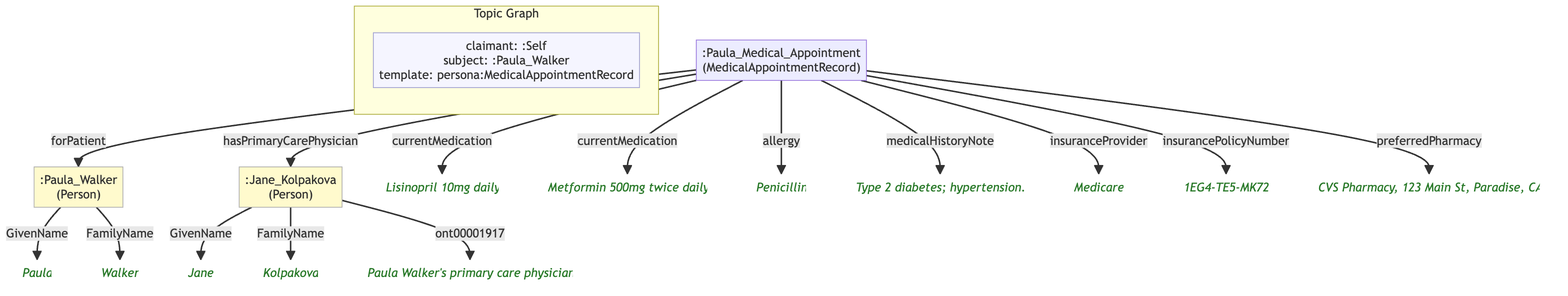
MeeFoundation/mia-ontologies keeps this Mermaid diagram as example/graphs/images/graph-26.png. Above is the earlier version. Its source is kept beside it as example/graphs/images/graph-26.mmd. Its diagram source:
```mermaid
flowchart TD
    classDef person fill:#fffacd,stroke:#aaa,color:#333
    classDef grp    fill:#d4edda,stroke:#aaa,color:#333
    classDef org    fill:#cce5ff,stroke:#aaa,color:#333
    classDef lit    fill:none,stroke:none,font-style:italic,color:#2a7a2a
    classDef meta   fill:#f5f5ff,stroke:#9999cc,color:#333

    subgraph ctx["Topic Graph"]
        direction LR
        ctx_meta["claimant: :Self\nsubject: :Paula_Walker\ntemplate: persona:MedicalAppointmentRecord"]:::meta
    end

    nb56a5989f29e[":Jane_Kolpakova\n(Person)"]:::person
    n95cfbaca1339("Jane"):::lit
    n1b3779ccfa03("Kolpakova"):::lit
    nf659c998053a("Paula Walker's primary care physician"):::lit
    n9c0041903ee1[":Paula_Medical_Appointment\n(MedicalAppointmentRecord)"]
    nf4296ab13de4[":Paula_Walker\n(Person)"]:::person
    nd3d68245abd1("Lisinopril 10mg daily"):::lit
    n75726e1c0322("Metformin 500mg twice daily"):::lit
    n7461808b07a8("Penicillin"):::lit
    n798c153b9d63("Type 2 diabetes; hypertension."):::lit
    nb048c127c644("Medicare"):::lit
    nd767c2e2c89d("1EG4-TE5-MK72"):::lit
    nfb1be0ec8e6d("CVS Pharmacy, 123 Main St, Paradise, CA"):::lit
    nb37f2c863cca("Paula"):::lit
    nd093b177ee22("Walker"):::lit

    nb56a5989f29e -->|"GivenName"| n95cfbaca1339
    nb56a5989f29e -->|"FamilyName"| n1b3779ccfa03
    nb56a5989f29e -->|"ont00001917"| nf659c998053a
    n9c0041903ee1 -->|"forPatient"| nf4296ab13de4
    n9c0041903ee1 -->|"hasPrimaryCarePhysician"| nb56a5989f29e
    n9c0041903ee1 -->|"currentMedication"| nd3d68245abd1
    n9c0041903ee1 -->|"currentMedication"| n75726e1c0322
    n9c0041903ee1 -->|"allergy"| n7461808b07a8
    n9c0041903ee1 -->|"medicalHistoryNote"| n798c153b9d63
    n9c0041903ee1 -->|"insuranceProvider"| nb048c127c644
    n9c0041903ee1 -->|"insurancePolicyNumber"| nd767c2e2c89d
    n9c0041903ee1 -->|"preferredPharmacy"| nfb1be0ec8e6d
    nf4296ab13de4 -->|"GivenName"| nb37f2c863cca
    nf4296ab13de4 -->|"FamilyName"| nd093b177ee22
```
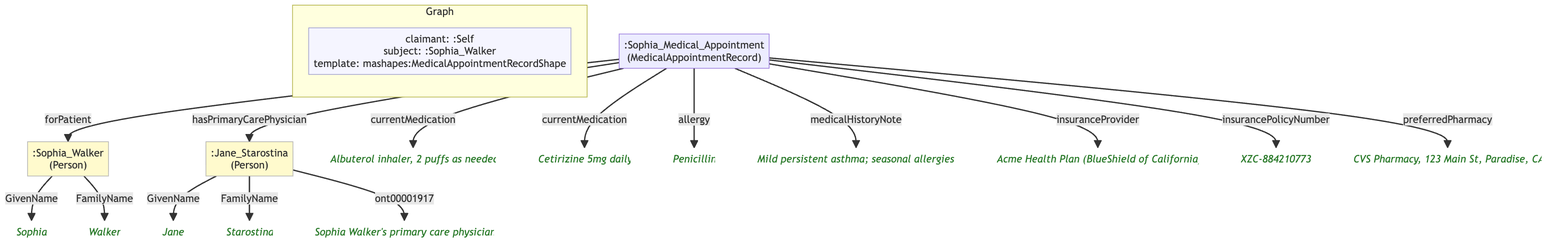
Above is the later version.

Change to the diagram source:
```diff
@@ -1,42 +1,41 @@
 flowchart TD
     classDef person fill:#fffacd,stroke:#aaa,color:#333
-    classDef grp    fill:#d4edda,stroke:#aaa,color:#333
     classDef org    fill:#cce5ff,stroke:#aaa,color:#333
     classDef lit    fill:none,stroke:none,font-style:italic,color:#2a7a2a
     classDef meta   fill:#f5f5ff,stroke:#9999cc,color:#333
 
-    subgraph ctx["Topic Graph"]
+    subgraph ctx["Graph"]
         direction LR
-        ctx_meta["claimant: :Self\nsubject: :Paula_Walker\ntemplate: persona:MedicalAppointmentRecord"]:::meta
+        ctx_meta["claimant: :Self\nsubject: :Sophia_Walker\ntemplate: mashapes:MedicalAppointmentRecordShape"]:::meta
     end
 
-    nb56a5989f29e[":Jane_Kolpakova\n(Person)"]:::person
-    n95cfbaca1339("Jane"):::lit
-    n1b3779ccfa03("Kolpakova"):::lit
-    nf659c998053a("Paula Walker's primary care physician"):::lit
-    n9c0041903ee1[":Paula_Medical_Appointment\n(MedicalAppointmentRecord)"]
-    nf4296ab13de4[":Paula_Walker\n(Person)"]:::person
-    nd3d68245abd1("Lisinopril 10mg daily"):::lit
-    n75726e1c0322("Metformin 500mg twice daily"):::lit
-    n7461808b07a8("Penicillin"):::lit
-    n798c153b9d63("Type 2 diabetes; hypertension."):::lit
-    nb048c127c644("Medicare"):::lit
-    nd767c2e2c89d("1EG4-TE5-MK72"):::lit
-    nfb1be0ec8e6d("CVS Pharmacy, 123 Main St, Paradise, CA"):::lit
-    nb37f2c863cca("Paula"):::lit
-    nd093b177ee22("Walker"):::lit
+    ncb7388e459f8[":Jane_Starostina\n(Person)"]:::person
+    n3634f578b720("Jane"):::lit
+    n8b8a8d2e353c("Starostina"):::lit
+    nde308694bc44("Sophia Walker's primary care physician"):::lit
+    na4b527a367fe[":Sophia_Medical_Appointment\n(MedicalAppointmentRecord)"]
+    n2862909bb09a[":Sophia_Walker\n(Person)"]:::person
+    ned787b716bf4("Albuterol inhaler, 2 puffs as needed"):::lit
+    ndcf9463eef26("Cetirizine 5mg daily"):::lit
+    n901ea8658d8c("Penicillin"):::lit
+    nc6054eadf5bb("Mild persistent asthma; seasonal allergies."):::lit
+    n8334609721f0("Acme Health Plan (BlueShield of California)"):::lit
+    n37a056879e45("XZC-884210773"):::lit
+    nd86d8f4bf8bd("CVS Pharmacy, 123 Main St, Paradise, CA"):::lit
+    ndec41448034a("Sophia"):::lit
+    n80ca25725fc4("Walker"):::lit
 
-    nb56a5989f29e -->|"GivenName"| n95cfbaca1339
-    nb56a5989f29e -->|"FamilyName"| n1b3779ccfa03
-    nb56a5989f29e -->|"ont00001917"| nf659c998053a
-    n9c0041903ee1 -->|"forPatient"| nf4296ab13de4
-    n9c0041903ee1 -->|"hasPrimaryCarePhysician"| nb56a5989f29e
-    n9c0041903ee1 -->|"currentMedication"| nd3d68245abd1
-    n9c0041903ee1 -->|"currentMedication"| n75726e1c0322
-    n9c0041903ee1 -->|"allergy"| n7461808b07a8
-    n9c0041903ee1 -->|"medicalHistoryNote"| n798c153b9d63
-    n9c0041903ee1 -->|"insuranceProvider"| nb048c127c644
-    n9c0041903ee1 -->|"insurancePolicyNumber"| nd767c2e2c89d
-    n9c0041903ee1 -->|"preferredPharmacy"| nfb1be0ec8e6d
-    nf4296ab13de4 -->|"GivenName"| nb37f2c863cca
-    nf4296ab13de4 -->|"FamilyName"| nd093b177ee22
+    ncb7388e459f8 -->|"GivenName"| n3634f578b720
+    ncb7388e459f8 -->|"FamilyName"| n8b8a8d2e353c
+    ncb7388e459f8 -->|"ont00001917"| nde308694bc44
+    na4b527a367fe -->|"forPatient"| n2862909bb09a
+    na4b527a367fe -->|"hasPrimaryCarePhysician"| ncb7388e459f8
+    na4b527a367fe -->|"currentMedication"| ned787b716bf4
+    na4b527a367fe -->|"currentMedication"| ndcf9463eef26
+    na4b527a367fe -->|"allergy"| n901ea8658d8c
+    na4b527a367fe -->|"medicalHistoryNote"| nc6054eadf5bb
+    na4b527a367fe -->|"insuranceProvider"| n8334609721f0
+    na4b527a367fe -->|"insurancePolicyNumber"| n37a056879e45
+    na4b527a367fe -->|"preferredPharmacy"| nd86d8f4bf8bd
+    n2862909bb09a -->|"GivenName"| ndec41448034a
+    n2862909bb09a -->|"FamilyName"| n80ca25725fc4
```
